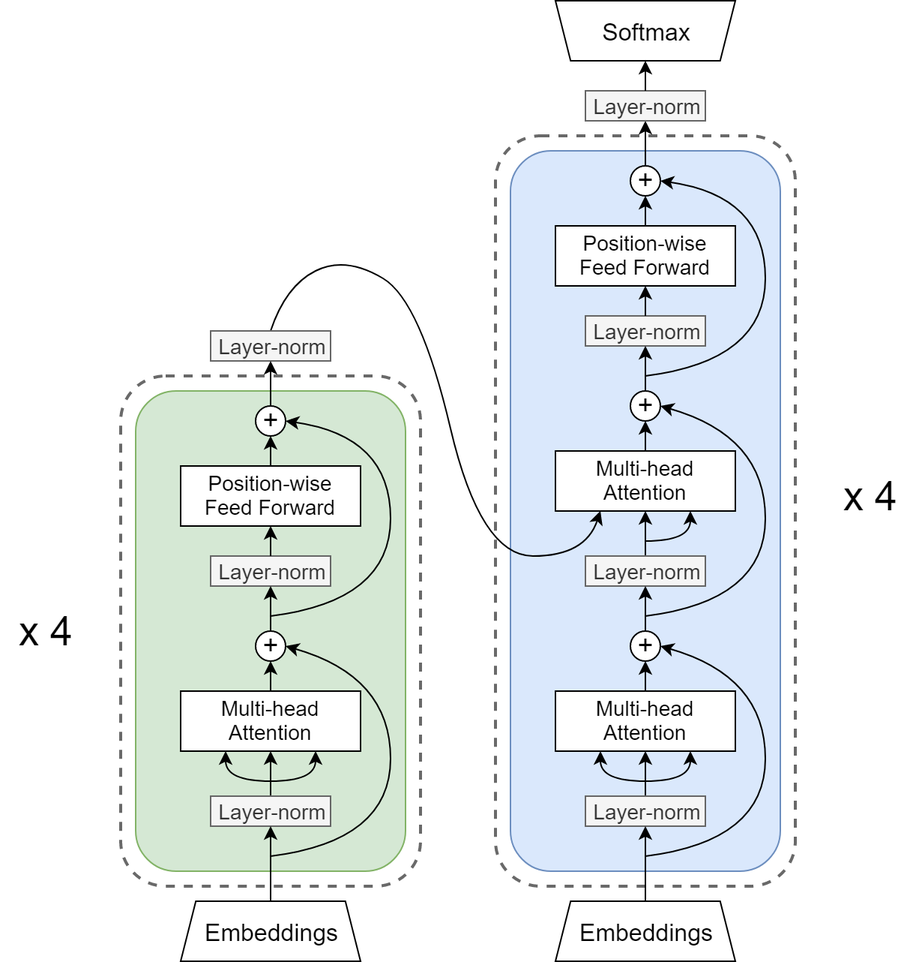
The draw.io diagram images/transformer.png in pmichel31415/jsalt-2019-mt-tutorial, before a commit. Source tidied: cells renumbered, new cells last; positions are measured from the earlier drawing's top-left corner, leaving out a move shared by most shapes.
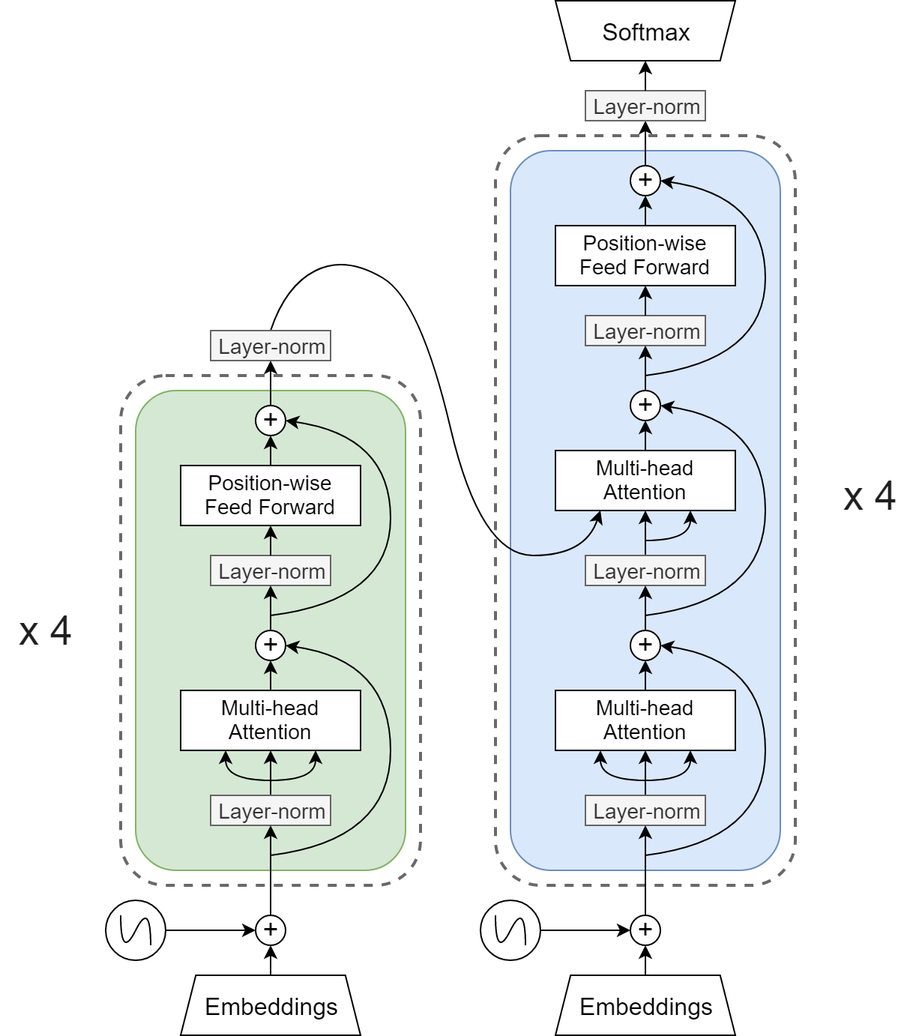
The same file after the commit.

The edit, as a diff of the source:
```diff
@@ -45,7 +45,7 @@
         <mxPoint x="180" y="570" as="sourcePoint" />
         <Array as="points">
           <mxPoint x="260" y="560" />
-          <mxPoint x="260" y="450" />
+          <mxPoint x="260" y="440" />
         </Array>
       </mxGeometry>
     </mxCell>
@@ -73,7 +73,7 @@
     <mxCell id="19" value="Layer-norm" style="rounded=0;whiteSpace=wrap;html=1;fontSize=14;fillColor=#f5f5f5;strokeColor=#666666;fontColor=#333333;" parent="1" vertex="1">
       <mxGeometry x="140" y="530" width="80" height="20" as="geometry" />
     </mxCell>
-    <mxCell id="20" style="endArrow=classic;html=1;fontSize=14;entryX=0.5;entryY=1;entryDx=0;entryDy=0;exitX=0.5;exitY=0;exitDx=0;exitDy=0;" parent="1" edge="1" source="53" target="19">
+    <mxCell id="20" style="endArrow=classic;html=1;fontSize=14;entryX=0.5;entryY=1;entryDx=0;entryDy=0;exitX=0.5;exitY=0;exitDx=0;exitDy=0;" parent="1" edge="1" source="59" target="19">
       <mxGeometry relative="1" as="geometry" />
     </mxCell>
     <mxCell id="21" value="Multi-head Attention" style="rounded=0;whiteSpace=wrap;html=1;fontSize=14;" parent="1" vertex="1">
@@ -107,7 +107,7 @@
         <mxPoint x="430" y="410" as="sourcePoint" />
         <Array as="points">
           <mxPoint x="510" y="400" />
-          <mxPoint x="510" y="290" />
+          <mxPoint x="510" y="280" />
         </Array>
       </mxGeometry>
     </mxCell>
@@ -166,17 +166,15 @@
         <mxPoint x="430" y="570" as="sourcePoint" />
         <Array as="points">
           <mxPoint x="510" y="560" />
-          <mxPoint x="510" y="450" />
+          <mxPoint x="510" y="440" />
         </Array>
       </mxGeometry>
     </mxCell>
     <mxCell id="43" value="Layer-norm" style="rounded=0;whiteSpace=wrap;html=1;fontSize=14;fillColor=#f5f5f5;strokeColor=#666666;fontColor=#333333;" parent="1" vertex="1">
       <mxGeometry x="390" y="530" width="80" height="20" as="geometry" />
     </mxCell>
-    <mxCell id="44" style="endArrow=classic;html=1;fontSize=14;entryX=0.5;entryY=1;entryDx=0;entryDy=0;exitX=0.5;exitY=0;exitDx=0;exitDy=0;" parent="1" edge="1" target="43">
-      <mxGeometry relative="1" as="geometry">
-        <mxPoint x="430" y="600" as="sourcePoint" />
-      </mxGeometry>
+    <mxCell id="44" style="endArrow=classic;html=1;fontSize=14;entryX=0.5;entryY=1;entryDx=0;entryDy=0;exitX=0.5;exitY=0;exitDx=0;exitDy=0;" parent="1" edge="1" source="65" target="43">
+      <mxGeometry relative="1" as="geometry" />
     </mxCell>
     <mxCell id="45" style="curved=1;endArrow=classic;html=1;fontSize=14;entryX=0.25;entryY=1;entryDx=0;entryDy=0;exitX=0.5;exitY=0;exitDx=0;exitDy=0;" parent="1" edge="1" source="49" target="21">
       <mxGeometry relative="1" as="geometry">
@@ -192,10 +190,10 @@
     <mxCell id="46" style="endArrow=none;html=1;fontSize=14;entryX=0.5;entryY=0;entryDx=0;entryDy=0;exitX=0.5;exitY=0;exitDx=0;exitDy=0;" parent="1" edge="1" source="15" target="5">
       <mxGeometry relative="1" as="geometry" />
     </mxCell>
-    <mxCell id="47" value="x 4" style="text;html=1;strokeColor=none;fillColor=none;align=center;verticalAlign=middle;whiteSpace=wrap;rounded=0;dashed=1;fontSize=27;" parent="1" vertex="1">
+    <mxCell id="47" value="x 4" style="text;html=1;strokeColor=none;fillColor=none;align=center;verticalAlign=middle;whiteSpace=wrap;rounded=0;dashed=1;fontSize=27;fontColor=#1F1F1F;" parent="1" vertex="1">
       <mxGeometry y="405" width="60" height="30" as="geometry" />
     </mxCell>
-    <mxCell id="48" value="x 4" style="text;html=1;strokeColor=none;fillColor=none;align=center;verticalAlign=middle;whiteSpace=wrap;rounded=0;dashed=1;fontSize=27;" parent="1" vertex="1">
+    <mxCell id="48" value="x 4" style="text;html=1;strokeColor=none;fillColor=none;align=center;verticalAlign=middle;whiteSpace=wrap;rounded=0;dashed=1;fontSize=27;fontColor=#1F1F1F;" parent="1" vertex="1">
       <mxGeometry x="550" y="315" width="60" height="30" as="geometry" />
     </mxCell>
     <mxCell id="49" value="Layer-norm" style="rounded=0;whiteSpace=wrap;html=1;fontSize=14;fillColor=#f5f5f5;strokeColor=#666666;fontColor=#333333;" parent="1" vertex="1">
@@ -211,13 +209,63 @@
       <mxGeometry relative="1" as="geometry" />
     </mxCell>
     <mxCell id="53" value="Embeddings" style="shape=trapezoid;perimeter=trapezoidPerimeter;whiteSpace=wrap;html=1;strokeWidth=1;fontSize=16;align=center;size=0.08444485134548611;" parent="1" vertex="1">
-      <mxGeometry x="120" y="600" width="120" height="40" as="geometry" />
+      <mxGeometry x="120" y="650" width="120" height="40" as="geometry" />
     </mxCell>
+    <mxCell id="55" value="Softmax" style="shape=trapezoid;perimeter=trapezoidPerimeter;whiteSpace=wrap;html=1;strokeWidth=1;fontSize=16;align=center;size=0.08444485134548611;flipV=1;" parent="1" vertex="1">
+      <mxGeometry x="370" width="120" height="40" as="geometry" />
+    </mxCell>
+    <mxCell id="56" style="group;" parent="1" vertex="1">
+      <mxGeometry x="70" y="600" width="40" height="40" as="geometry" />
+    </mxCell>
+    <mxCell id="57" style="ellipse;whiteSpace=wrap;html=1;strokeColor=#000000;strokeWidth=1;fillColor=none;fontSize=16;align=center;" parent="56" vertex="1">
+      <mxGeometry width="40" height="40" as="geometry" />
+    </mxCell>
+    <mxCell id="58" style="curved=1;endArrow=none;html=1;fontSize=16;endFill=0;" parent="56" edge="1">
+      <mxGeometry relative="1" as="geometry">
+        <mxPoint x="10" y="10" as="sourcePoint" />
+        <mxPoint x="30" y="30" as="targetPoint" />
+        <Array as="points">
+          <mxPoint x="10" y="40" />
+          <mxPoint x="30" />
+        </Array>
+      </mxGeometry>
+    </mxCell>
+    <mxCell id="59" value="&lt;font style=&quot;font-size: 18px&quot;&gt;+&lt;/font&gt;" style="ellipse;whiteSpace=wrap;html=1;fontSize=14;align=center;" parent="1" vertex="1">
+      <mxGeometry x="170" y="610" width="20" height="20" as="geometry" />
+    </mxCell>
+    <mxCell id="60" style="endArrow=classic;html=1;fontSize=14;entryX=0.5;entryY=1;entryDx=0;entryDy=0;exitX=0.5;exitY=0;exitDx=0;exitDy=0;" parent="1" edge="1" source="53" target="59">
+      <mxGeometry relative="1" as="geometry" />
+    </mxCell>
+    <mxCell id="61" style="edgeStyle=orthogonalEdgeStyle;rounded=0;jettySize=auto;html=1;exitX=1;exitY=0.5;exitDx=0;exitDy=0;entryX=0;entryY=0.5;entryDx=0;entryDy=0;startArrow=none;startFill=0;endArrow=classic;endFill=1;fontSize=16;" parent="1" edge="1" source="57" target="59">
+      <mxGeometry relative="1" as="geometry" />
+    </mxCell>
     <mxCell id="54" value="Embeddings" style="shape=trapezoid;perimeter=trapezoidPerimeter;whiteSpace=wrap;html=1;strokeWidth=1;fontSize=16;align=center;size=0.08444485134548611;" parent="1" vertex="1">
-      <mxGeometry x="370" y="600" width="120" height="40" as="geometry" />
+      <mxGeometry x="370" y="650" width="120" height="40" as="geometry" />
     </mxCell>
-    <mxCell id="55" value="Softmax" style="shape=trapezoid;perimeter=trapezoidPerimeter;whiteSpace=wrap;html=1;strokeWidth=1;fontSize=16;align=center;size=0.08444485134548611;flipV=1;" parent="1" vertex="1">
-      <mxGeometry x="370" width="120" height="40" as="geometry" />
-    </mxCell>
+    <mxCell id="62" style="group;" parent="1" vertex="1">
+      <mxGeometry x="320" y="600" width="40" height="40" as="geometry" />
+    </mxCell>
+    <mxCell id="63" style="ellipse;whiteSpace=wrap;html=1;strokeColor=#000000;strokeWidth=1;fillColor=none;fontSize=16;align=center;" parent="62" vertex="1">
+      <mxGeometry width="40" height="40" as="geometry" />
+    </mxCell>
+    <mxCell id="64" style="curved=1;endArrow=none;html=1;fontSize=16;endFill=0;" parent="62" edge="1">
+      <mxGeometry relative="1" as="geometry">
+        <mxPoint x="10" y="10" as="sourcePoint" />
+        <mxPoint x="30" y="30" as="targetPoint" />
+        <Array as="points">
+          <mxPoint x="10" y="40" />
+          <mxPoint x="30" />
+        </Array>
+      </mxGeometry>
+    </mxCell>
+    <mxCell id="65" value="&lt;font style=&quot;font-size: 18px&quot;&gt;+&lt;/font&gt;" style="ellipse;whiteSpace=wrap;html=1;fontSize=14;align=center;" parent="1" vertex="1">
+      <mxGeometry x="420" y="610" width="20" height="20" as="geometry" />
+    </mxCell>
+    <mxCell id="66" style="endArrow=classic;html=1;fontSize=14;entryX=0.5;entryY=1;entryDx=0;entryDy=0;exitX=0.5;exitY=0;exitDx=0;exitDy=0;" parent="1" edge="1" source="54" target="65">
+      <mxGeometry relative="1" as="geometry" />
+    </mxCell>
+    <mxCell id="67" style="edgeStyle=orthogonalEdgeStyle;rounded=0;jettySize=auto;html=1;exitX=1;exitY=0.5;exitDx=0;exitDy=0;entryX=0;entryY=0.5;entryDx=0;entryDy=0;startArrow=none;startFill=0;endArrow=classic;endFill=1;fontSize=16;" parent="1" edge="1" source="63" target="65">
+      <mxGeometry relative="1" as="geometry" />
+    </mxCell>
   </root>
 </mxGraphModel>
```
